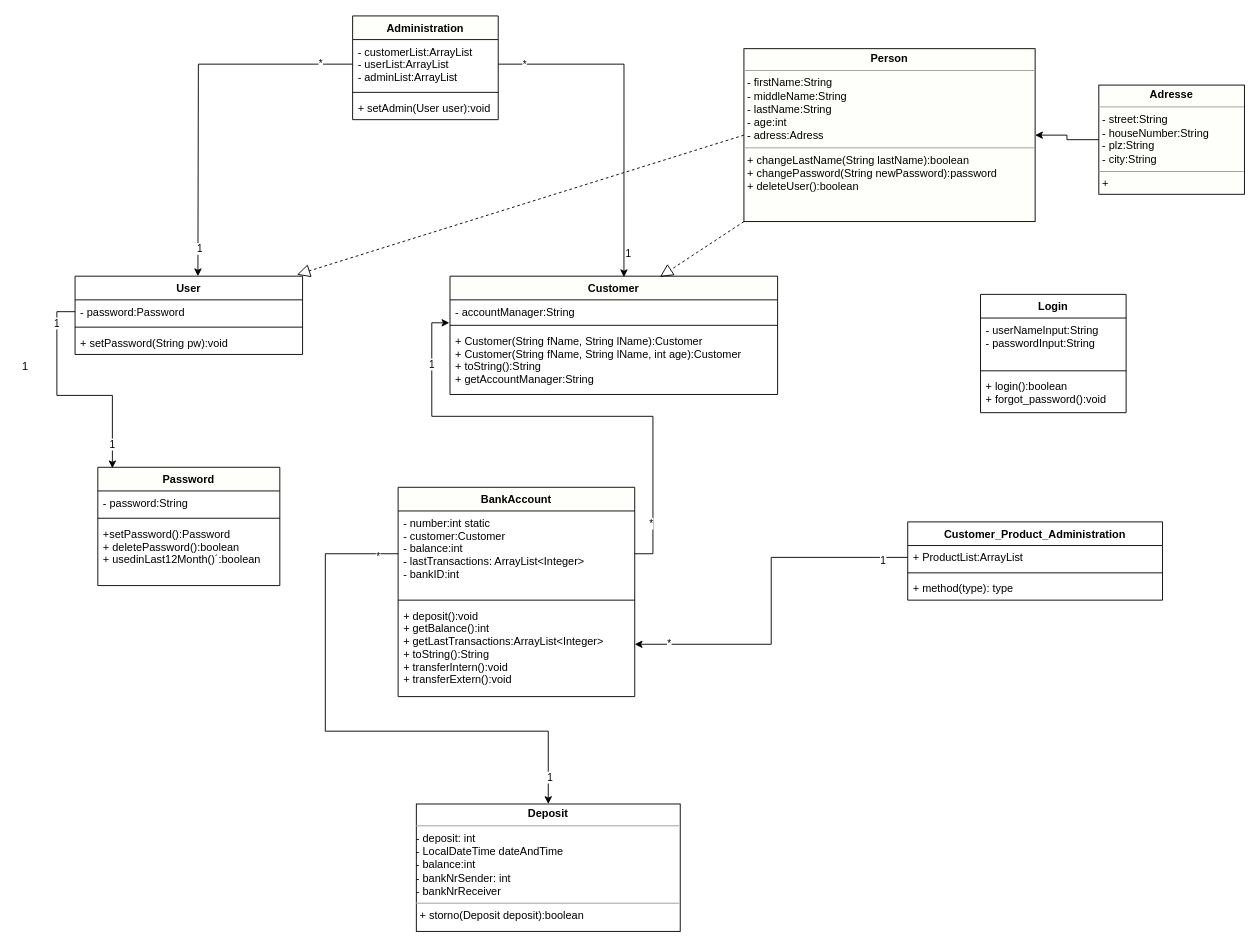
This is page "Classes" (1 of 3) of Untitled Diagram.drawio from CreativeVisualCoding/Banking_Project, a draw.io file, before an edit. Source tidied: cells renumbered, new cells numbered last; positions are measured from the earlier drawing's top-left corner, leaving out a move shared by most shapes. Both pictures are drawn from the tidied source at 91%, with x=0, y=0 at pixel (15, 15).
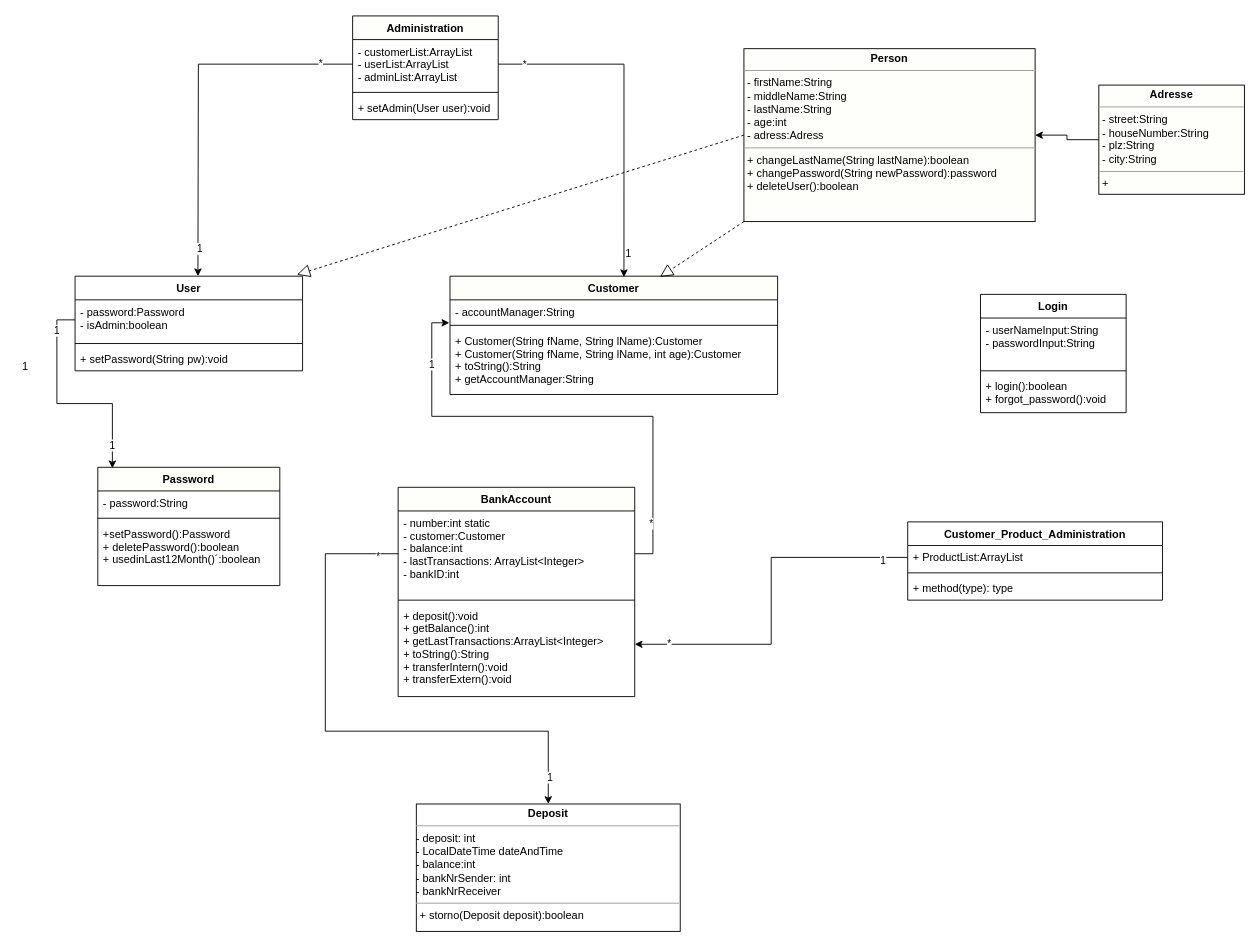
After the change.

Change to the diagram source:
```diff
@@
     <mxCell id="48" value="User" style="swimlane;fontStyle=1;align=center;verticalAlign=top;horizontal=1;startSize=26;" parent="1" vertex="1">
-      <mxGeometry x="65" y="286" width="250" height="86" as="geometry" />
+      <mxGeometry x="65" y="286" width="250" height="104" as="geometry" />
     </mxCell>
-    <mxCell id="49" value="- password:Password" style="text;strokeColor=none;fillColor=none;align=left;verticalAlign=top;spacingLeft=4;spacingRight=4;overflow=hidden;points=[[0,0.5],[1,0.5]];portConstraint=eastwest;" parent="48" vertex="1">
-      <mxGeometry y="26" width="250" height="26" as="geometry" />
+    <mxCell id="49" value="- password:Password&#10;- isAdmin:boolean&#10;" style="text;strokeColor=none;fillColor=none;align=left;verticalAlign=top;spacingLeft=4;spacingRight=4;overflow=hidden;points=[[0,0.5],[1,0.5]];portConstraint=eastwest;" parent="48" vertex="1">
+      <mxGeometry y="26" width="250" height="44" as="geometry" />
     </mxCell>
     <mxCell id="50" style="line;strokeWidth=1;fillColor=none;align=left;verticalAlign=middle;spacingTop=-1;spacingLeft=3;spacingRight=3;labelPosition=right;" parent="48" vertex="1">
-      <mxGeometry y="52" width="250" height="8" as="geometry" />
+      <mxGeometry y="70" width="250" height="8" as="geometry" />
     </mxCell>
     <mxCell id="51" value="+ setPassword(String pw):void" style="text;strokeColor=none;fillColor=none;align=left;verticalAlign=top;spacingLeft=4;spacingRight=4;overflow=hidden;" parent="48" vertex="1">
-      <mxGeometry y="60" width="250" height="26" as="geometry" />
+      <mxGeometry y="78" width="250" height="26" as="geometry" />
     </mxCell>
```
